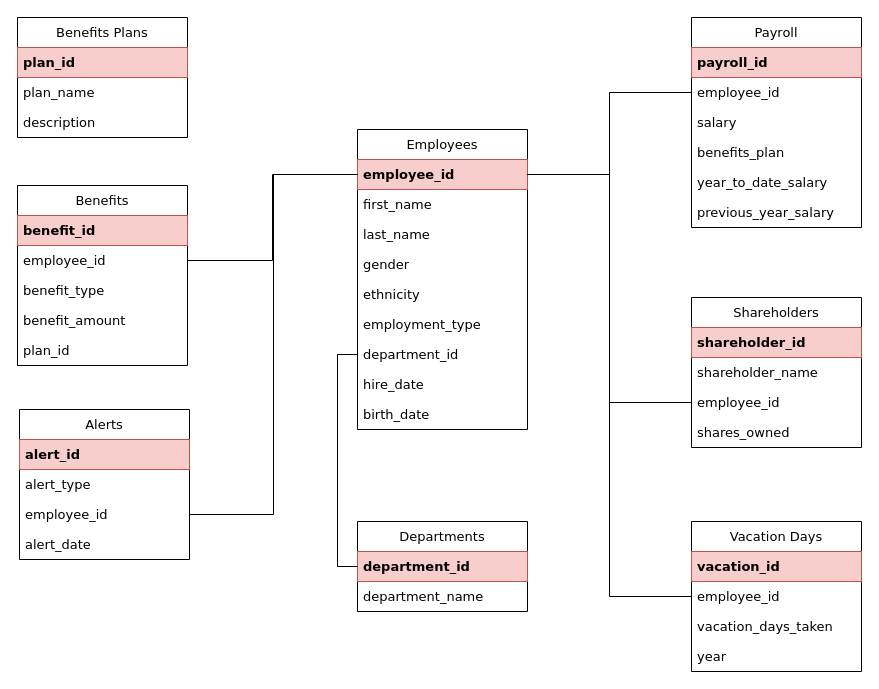
This is TichHopHeThong.drawio from danghoan03/danghoan03, a draw.io file, before an edit. Source tidied: cells renumbered, new cells numbered last; positions are measured from the earlier drawing's top-left corner, leaving out a move shared by most shapes. Both pictures are drawn from the tidied source at 100%, with x=0, y=0 at pixel (17, 17).
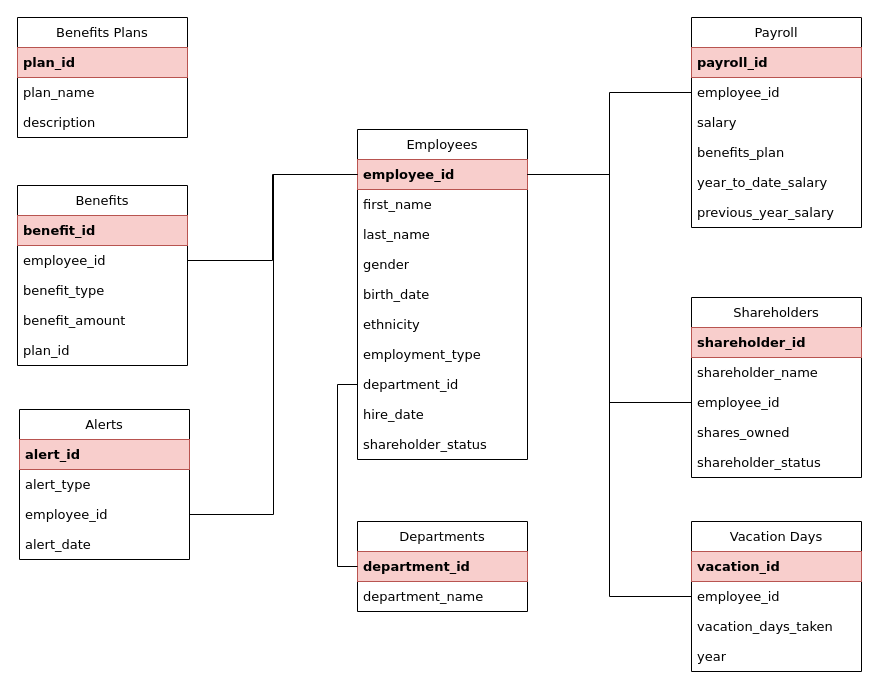
The same page after the edit.

What changed in the source:
```diff
@@
     <mxCell id="2" value="Employees" style="swimlane;fontStyle=0;horizontal=1;startSize=30;whiteSpace=wrap;html=1;fontSize=13;fontFamily=Verdana;" parent="1" vertex="1">
-      <mxGeometry x="340" y="112" width="170" height="300" as="geometry" />
+      <mxGeometry x="340" y="112" width="170" height="330" as="geometry" />
     </mxCell>
@@
+    <mxCell id="11" value="birth_date" style="text;strokeColor=none;fillColor=none;align=left;verticalAlign=middle;spacingLeft=4;spacingRight=4;overflow=hidden;whiteSpace=wrap;html=1;fontSize=13;fontFamily=Verdana;" parent="2" vertex="1">
+      <mxGeometry y="150" width="170" height="30" as="geometry" />
+    </mxCell>
     <mxCell id="7" value="ethnicity" style="text;strokeColor=none;fillColor=none;align=left;verticalAlign=middle;spacingLeft=4;spacingRight=4;overflow=hidden;whiteSpace=wrap;html=1;fontSize=13;fontFamily=Verdana;" parent="2" vertex="1">
-      <mxGeometry y="150" width="170" height="30" as="geometry" />
+      <mxGeometry y="180" width="170" height="30" as="geometry" />
     </mxCell>
     <mxCell id="8" value="employment_type" style="text;strokeColor=none;fillColor=none;align=left;verticalAlign=middle;spacingLeft=4;spacingRight=4;overflow=hidden;whiteSpace=wrap;html=1;fontSize=13;fontFamily=Verdana;" parent="2" vertex="1">
-      <mxGeometry y="180" width="170" height="30" as="geometry" />
+      <mxGeometry y="210" width="170" height="30" as="geometry" />
     </mxCell>
     <mxCell id="9" value="department_id" style="text;strokeColor=none;fillColor=none;align=left;verticalAlign=middle;spacingLeft=4;spacingRight=4;overflow=hidden;points=[[0,0.5],[1,0.5]];portConstraint=eastwest;whiteSpace=wrap;html=1;fontSize=13;fontFamily=Verdana;" parent="2" vertex="1">
-      <mxGeometry y="210" width="170" height="30" as="geometry" />
+      <mxGeometry y="240" width="170" height="30" as="geometry" />
     </mxCell>
     <mxCell id="10" value="hire_date" style="text;strokeColor=none;fillColor=none;align=left;verticalAlign=middle;spacingLeft=4;spacingRight=4;overflow=hidden;whiteSpace=wrap;html=1;fontSize=13;fontFamily=Verdana;" parent="2" vertex="1">
-      <mxGeometry y="240" width="170" height="30" as="geometry" />
+      <mxGeometry y="270" width="170" height="30" as="geometry" />
     </mxCell>
-    <mxCell id="11" value="birth_date" style="text;strokeColor=none;fillColor=none;align=left;verticalAlign=middle;spacingLeft=4;spacingRight=4;overflow=hidden;whiteSpace=wrap;html=1;fontSize=13;fontFamily=Verdana;" parent="2" vertex="1">
-      <mxGeometry y="270" width="170" height="30" as="geometry" />
-    </mxCell>
+    <mxCell id="53" value="shareholder_status" style="text;strokeColor=none;fillColor=none;align=left;verticalAlign=middle;spacingLeft=4;spacingRight=4;overflow=hidden;whiteSpace=wrap;html=1;fontSize=13;fontFamily=Verdana;" parent="2" vertex="1">
+      <mxGeometry y="300" width="170" height="30" as="geometry" />
+    </mxCell>
@@
     <mxCell id="37" value="Shareholders" style="swimlane;fontStyle=0;horizontal=1;startSize=30;whiteSpace=wrap;html=1;fontSize=13;fontFamily=Verdana;" parent="1" vertex="1">
-      <mxGeometry x="674" y="280" width="170" height="150" as="geometry" />
+      <mxGeometry x="674" y="280" width="170" height="180" as="geometry" />
     </mxCell>
@@
+    <mxCell id="54" value="shareholder_status" style="text;strokeColor=none;fillColor=none;align=left;verticalAlign=middle;spacingLeft=4;spacingRight=4;overflow=hidden;whiteSpace=wrap;html=1;fontSize=13;fontFamily=Verdana;" parent="37" vertex="1">
+      <mxGeometry y="150" width="170" height="30" as="geometry" />
+    </mxCell>
```
